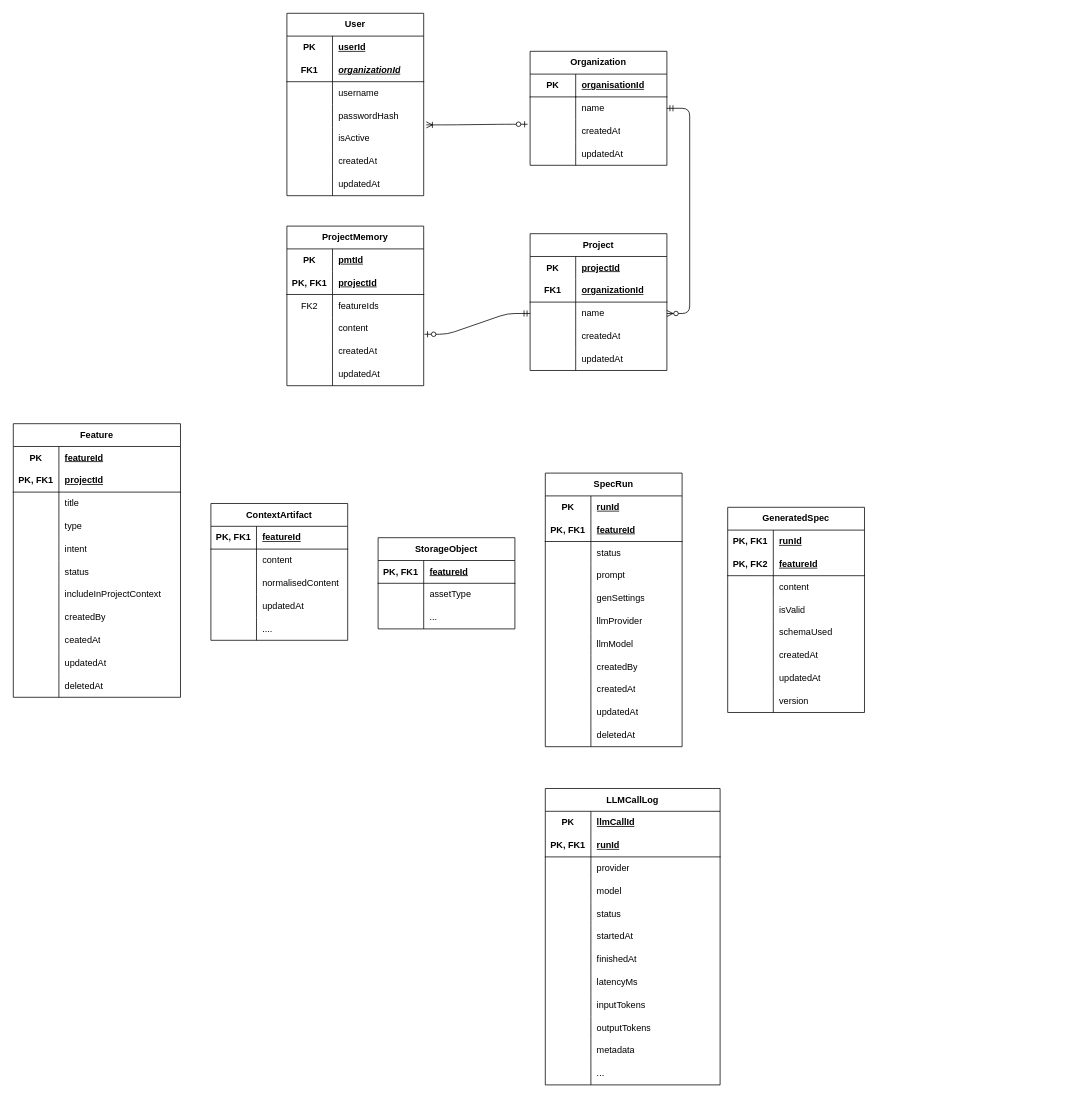
This is docs/architecture/diagrams/03-erd-core-mvp/erd-core-mvp.drawio from Hasa-M/featurewise-ai-mvp, a draw.io file, before an edit. Source tidied: cells renumbered, new cells numbered last; positions are measured from the earlier drawing's top-left corner, leaving out a move shared by most shapes. Both pictures are drawn from the tidied source at 76%, with x=0, y=0 at pixel (13, 13).
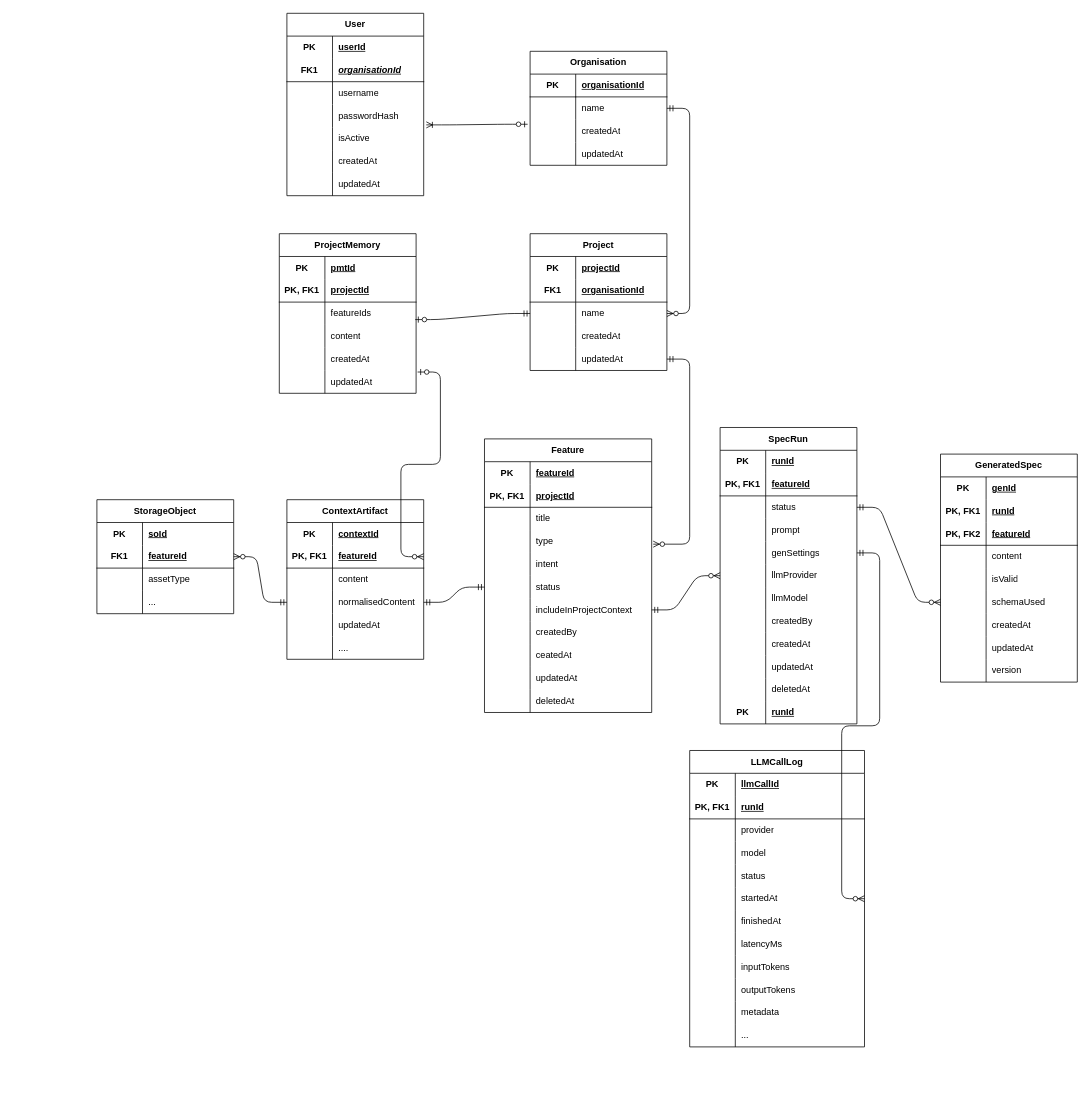
After the change.

Commit message (it also covers changes not shown here):
docs(erd): added ids for derivates tables

Unchanged cells that the change refers to:
```xml
<mxCell id="6" style="shape=tableRow;horizontal=0;startSize=0;swimlaneHead=0;swimlaneBody=0;fillColor=none;top=0;left=0;right=0;bottom=1;html=1;" parent="2" vertex="1">
  <mxGeometry y="60" width="180" height="30" as="geometry" />
</mxCell>
<mxCell id="42" style="shape=tableRow;horizontal=0;startSize=0;swimlaneHead=0;swimlaneBody=0;fillColor=none;top=0;left=0;right=0;bottom=1;html=1;" parent="38" vertex="1">
  <mxGeometry y="60" width="180" height="30" as="geometry" />
</mxCell>
<mxCell id="45" style="shape=tableRow;horizontal=0;startSize=0;swimlaneHead=0;swimlaneBody=0;fillColor=none;points=[[0,0.5],[1,0.5]];portConstraint=eastwest;top=0;left=0;right=0;bottom=0;html=1;" parent="38" vertex="1">
  <mxGeometry y="90" width="180" height="30" as="geometry" />
</mxCell>
<mxCell id="51" style="shape=tableRow;horizontal=0;startSize=0;swimlaneHead=0;swimlaneBody=0;fillColor=none;points=[[0,0.5],[1,0.5]];portConstraint=eastwest;top=0;left=0;right=0;bottom=0;html=1;" parent="38" vertex="1">
  <mxGeometry y="150" width="180" height="30" as="geometry" />
</mxCell>
<mxCell id="62" style="shape=tableRow;horizontal=0;startSize=0;swimlaneHead=0;swimlaneBody=0;fillColor=none;points=[[0,0.5],[1,0.5]];portConstraint=eastwest;top=0;left=0;right=0;bottom=0;html=1;" parent="55" vertex="1">
  <mxGeometry y="90" width="180" height="30" as="geometry" />
</mxCell>
<mxCell id="65" style="shape=tableRow;horizontal=0;startSize=0;swimlaneHead=0;swimlaneBody=0;fillColor=none;points=[[0,0.5],[1,0.5]];portConstraint=eastwest;top=0;left=0;right=0;bottom=0;html=1;" parent="55" vertex="1">
  <mxGeometry y="120" width="180" height="30" as="geometry" />
</mxCell>
<mxCell id="71" style="shape=tableRow;horizontal=0;startSize=0;swimlaneHead=0;swimlaneBody=0;fillColor=none;points=[[0,0.5],[1,0.5]];portConstraint=eastwest;top=0;left=0;right=0;bottom=0;html=1;" parent="55" vertex="1">
  <mxGeometry y="180" width="180" height="30" as="geometry" />
</mxCell>
<mxCell id="85" style="shape=tableRow;horizontal=0;startSize=0;swimlaneHead=0;swimlaneBody=0;fillColor=none;points=[[0,0.5],[1,0.5]];portConstraint=eastwest;top=0;left=0;right=0;bottom=0;html=1;" parent="75" vertex="1">
  <mxGeometry y="120" width="220" height="30" as="geometry" />
</mxCell>
<mxCell id="91" style="shape=tableRow;horizontal=0;startSize=0;swimlaneHead=0;swimlaneBody=0;fillColor=none;points=[[0,0.5],[1,0.5]];portConstraint=eastwest;top=0;left=0;right=0;bottom=0;html=1;" parent="75" vertex="1">
  <mxGeometry y="180" width="220" height="30" as="geometry" />
</mxCell>
<mxCell id="94" style="shape=tableRow;horizontal=0;startSize=0;swimlaneHead=0;swimlaneBody=0;fillColor=none;points=[[0,0.5],[1,0.5]];portConstraint=eastwest;top=0;left=0;right=0;bottom=0;html=1;" parent="75" vertex="1">
  <mxGeometry y="210" width="220" height="30" as="geometry" />
</mxCell>
<mxCell id="142" style="shape=tableRow;horizontal=0;startSize=0;swimlaneHead=0;swimlaneBody=0;fillColor=none;points=[[0,0.5],[1,0.5]];portConstraint=eastwest;top=0;left=0;right=0;bottom=0;html=1;" parent="135" vertex="1">
  <mxGeometry y="90" width="180" height="30" as="geometry" />
</mxCell>
<mxCell id="148" style="shape=tableRow;horizontal=0;startSize=0;swimlaneHead=0;swimlaneBody=0;fillColor=none;points=[[0,0.5],[1,0.5]];portConstraint=eastwest;top=0;left=0;right=0;bottom=0;html=1;" parent="135" vertex="1">
  <mxGeometry y="150" width="180" height="30" as="geometry" />
</mxCell>
<mxCell id="151" style="shape=tableRow;horizontal=0;startSize=0;swimlaneHead=0;swimlaneBody=0;fillColor=none;points=[[0,0.5],[1,0.5]];portConstraint=eastwest;top=0;left=0;right=0;bottom=0;html=1;" parent="135" vertex="1">
  <mxGeometry y="180" width="180" height="30" as="geometry" />
</mxCell>
<mxCell id="170" style="shape=tableRow;horizontal=0;startSize=0;swimlaneHead=0;swimlaneBody=0;fillColor=none;top=0;left=0;right=0;bottom=0;html=1;" parent="169" vertex="1">
  <mxGeometry y="30" width="180" height="30" as="geometry" />
</mxCell>
<mxCell id="210" style="shape=tableRow;horizontal=0;startSize=0;swimlaneHead=0;swimlaneBody=0;fillColor=none;points=[[0,0.5],[1,0.5]];portConstraint=eastwest;top=0;left=0;right=0;bottom=0;html=1;" parent="194" vertex="1">
  <mxGeometry y="180" width="230" height="30" as="geometry" />
</mxCell>
```

Diff of the diagram source:
```diff
@@
-    <mxCell id="8" value="&lt;i style=&quot;&quot;&gt;organizationId&lt;/i&gt;" style="shape=partialRectangle;fillColor=none;top=0;left=0;bottom=0;right=0;align=left;spacingLeft=6;fontStyle=5;overflow=hidden;html=1;whiteSpace=wrap;" parent="6" vertex="1">
+    <mxCell id="8" value="&lt;i style=&quot;&quot;&gt;organisationId&lt;/i&gt;" style="shape=partialRectangle;fillColor=none;top=0;left=0;bottom=0;right=0;align=left;spacingLeft=6;fontStyle=5;overflow=hidden;html=1;whiteSpace=wrap;" parent="6" vertex="1">
       <mxGeometry x="60" width="120" height="30" as="geometry" />
     </mxCell>
@@
-    <mxCell id="24" value="Organization" style="shape=table;startSize=30;childLayout=tableLayout;rowLines=0;fontStyle=1;align=center;html=1;whiteSpace=wrap;" parent="1" vertex="1">
+    <mxCell id="24" value="Organisation" style="shape=table;startSize=30;childLayout=tableLayout;rowLines=0;fontStyle=1;align=center;html=1;whiteSpace=wrap;" parent="1" vertex="1">
       <mxGeometry x="680" y="50" width="180" height="150" as="geometry" />
     </mxCell>
@@
-    <mxCell id="44" value="organizationId" style="shape=partialRectangle;fillColor=none;top=0;left=0;bottom=0;right=0;align=left;spacingLeft=6;fontStyle=5;overflow=hidden;html=1;whiteSpace=wrap;" parent="42" vertex="1">
+    <mxCell id="44" value="organisationId" style="shape=partialRectangle;fillColor=none;top=0;left=0;bottom=0;right=0;align=left;spacingLeft=6;fontStyle=5;overflow=hidden;html=1;whiteSpace=wrap;" parent="42" vertex="1">
       <mxGeometry x="60" width="120" height="30" as="geometry" />
     </mxCell>
@@
     <mxCell id="55" value="ProjectMemory" style="shape=table;startSize=30;childLayout=tableLayout;rowLines=0;fontStyle=1;align=center;html=1;whiteSpace=wrap;" parent="1" vertex="1">
-      <mxGeometry x="360" y="280" width="180" height="210" as="geometry" />
+      <mxGeometry x="350" y="290" width="180" height="210" as="geometry" />
     </mxCell>
@@
-    <mxCell id="63" value="FK2" style="shape=partialRectangle;fillColor=none;top=0;left=0;bottom=0;right=0;overflow=hidden;html=1;whiteSpace=wrap;" parent="62" vertex="1">
+    <mxCell id="63" style="shape=partialRectangle;fillColor=none;top=0;left=0;bottom=0;right=0;overflow=hidden;html=1;whiteSpace=wrap;" parent="62" vertex="1">
       <mxGeometry width="60" height="30" as="geometry" />
     </mxCell>
@@
-    <mxCell id="74" style="edgeStyle=entityRelationEdgeStyle;fontSize=12;html=1;endArrow=ERzeroToOne;startArrow=ERmandOne;entryX=1.006;entryY=0.744;entryDx=0;entryDy=0;entryPerimeter=0;exitX=0;exitY=0.5;exitDx=0;exitDy=0;" parent="1" edge="1" source="45" target="65">
+    <mxCell id="74" style="edgeStyle=entityRelationEdgeStyle;fontSize=12;html=1;endArrow=ERzeroToOne;startArrow=ERmandOne;exitX=0;exitY=0.5;exitDx=0;exitDy=0;entryX=0.994;entryY=0.767;entryDx=0;entryDy=0;entryPerimeter=0;" parent="1" edge="1" source="45" target="62">
       <mxGeometry relative="1" as="geometry" />
     </mxCell>
     <mxCell id="75" value="Feature" style="shape=table;startSize=30;childLayout=tableLayout;rowLines=0;fontStyle=1;align=center;html=1;whiteSpace=wrap;" parent="1" vertex="1">
-      <mxGeometry y="540" width="220" height="360" as="geometry" />
+      <mxGeometry x="620" y="560" width="220" height="360" as="geometry" />
     </mxCell>
@@
     <mxCell id="109" value="ContextArtifact" style="shape=table;startSize=30;childLayout=tableLayout;rowLines=0;fontStyle=1;align=center;html=1;whiteSpace=wrap;" parent="1" vertex="1">
-      <mxGeometry x="260" y="645" width="180" height="180" as="geometry" />
+      <mxGeometry x="360" y="640" width="180" height="210" as="geometry" />
     </mxCell>
+    <mxCell id="231" style="shape=tableRow;horizontal=0;startSize=0;swimlaneHead=0;swimlaneBody=0;fillColor=none;top=0;left=0;right=0;bottom=0;html=1;" parent="109" vertex="1">
+      <mxGeometry y="30" width="180" height="30" as="geometry" />
+    </mxCell>
+    <mxCell id="232" value="PK" style="shape=partialRectangle;fillColor=none;top=0;left=0;bottom=0;right=0;fontStyle=1;overflow=hidden;html=1;whiteSpace=wrap;" parent="231" vertex="1">
+      <mxGeometry width="60" height="30" as="geometry" />
+    </mxCell>
+    <mxCell id="233" value="contextId" style="shape=partialRectangle;fillColor=none;top=0;left=0;bottom=0;right=0;align=left;spacingLeft=6;fontStyle=5;overflow=hidden;html=1;whiteSpace=wrap;" parent="231" vertex="1">
+      <mxGeometry x="60" width="120" height="30" as="geometry" />
+    </mxCell>
     <mxCell id="110" style="shape=tableRow;horizontal=0;startSize=0;swimlaneHead=0;swimlaneBody=0;fillColor=none;points=[[0,0.5],[1,0.5]];portConstraint=eastwest;top=0;left=0;right=0;bottom=1;html=1;" parent="109" vertex="1">
-      <mxGeometry y="30" width="180" height="30" as="geometry" />
+      <mxGeometry y="60" width="180" height="30" as="geometry" />
     </mxCell>
@@
     <mxCell id="113" style="shape=tableRow;horizontal=0;startSize=0;swimlaneHead=0;swimlaneBody=0;fillColor=none;top=0;left=0;right=0;bottom=0;html=1;" parent="109" vertex="1">
-      <mxGeometry y="60" width="180" height="30" as="geometry" />
+      <mxGeometry y="90" width="180" height="30" as="geometry" />
     </mxCell>
@@
     <mxCell id="116" style="shape=tableRow;horizontal=0;startSize=0;swimlaneHead=0;swimlaneBody=0;fillColor=none;points=[[0,0.5],[1,0.5]];portConstraint=eastwest;top=0;left=0;right=0;bottom=0;html=1;" parent="109" vertex="1">
-      <mxGeometry y="90" width="180" height="30" as="geometry" />
+      <mxGeometry y="120" width="180" height="30" as="geometry" />
     </mxCell>
@@
     <mxCell id="119" style="shape=tableRow;horizontal=0;startSize=0;swimlaneHead=0;swimlaneBody=0;fillColor=none;top=0;left=0;right=0;bottom=0;html=1;" parent="109" vertex="1">
-      <mxGeometry y="120" width="180" height="30" as="geometry" />
+      <mxGeometry y="150" width="180" height="30" as="geometry" />
     </mxCell>
@@
     <mxCell id="122" style="shape=tableRow;horizontal=0;startSize=0;swimlaneHead=0;swimlaneBody=0;fillColor=none;top=0;left=0;right=0;bottom=0;html=1;" parent="109" vertex="1">
-      <mxGeometry y="150" width="180" height="30" as="geometry" />
+      <mxGeometry y="180" width="180" height="30" as="geometry" />
     </mxCell>
@@
-    <mxCell id="125" value="StorageObject" style="shape=table;startSize=30;childLayout=tableLayout;rowLines=0;fontStyle=1;align=center;html=1;whiteSpace=wrap;" parent="1" vertex="1">
-      <mxGeometry x="480" y="690" width="180" height="120" as="geometry" />
+    <mxCell id="125" value="StorageObject" style="shape=table;startSize=30;childLayout=tableLayout;rowLines=0;fontStyle=1;align=center;html=1;whiteSpace=wrap;bottom=0;" parent="1" vertex="1">
+      <mxGeometry x="110" y="640" width="180" height="150" as="geometry" />
     </mxCell>
+    <mxCell id="234" style="shape=tableRow;horizontal=0;startSize=0;swimlaneHead=0;swimlaneBody=0;fillColor=none;top=0;left=0;right=0;bottom=0;html=1;" parent="125" vertex="1">
+      <mxGeometry y="30" width="180" height="30" as="geometry" />
+    </mxCell>
+    <mxCell id="235" value="PK" style="shape=partialRectangle;fillColor=none;top=0;left=0;bottom=0;right=0;fontStyle=1;overflow=hidden;html=1;whiteSpace=wrap;" parent="234" vertex="1">
+      <mxGeometry width="60" height="30" as="geometry" />
+    </mxCell>
+    <mxCell id="236" value="soId" style="shape=partialRectangle;fillColor=none;top=0;left=0;bottom=0;right=0;align=left;spacingLeft=6;fontStyle=5;overflow=hidden;html=1;whiteSpace=wrap;" parent="234" vertex="1">
+      <mxGeometry x="60" width="120" height="30" as="geometry" />
+    </mxCell>
     <mxCell id="126" style="shape=tableRow;horizontal=0;startSize=0;swimlaneHead=0;swimlaneBody=0;fillColor=none;points=[[0,0.5],[1,0.5]];portConstraint=eastwest;top=0;left=0;right=0;bottom=1;html=1;" parent="125" vertex="1">
-      <mxGeometry y="30" width="180" height="30" as="geometry" />
+      <mxGeometry y="60" width="180" height="30" as="geometry" />
     </mxCell>
-    <mxCell id="127" value="PK, FK1" style="shape=partialRectangle;fillColor=none;top=0;left=0;bottom=0;right=0;fontStyle=1;overflow=hidden;html=1;whiteSpace=wrap;" parent="126" vertex="1">
+    <mxCell id="127" value="FK1" style="shape=partialRectangle;fillColor=none;top=0;left=0;bottom=0;right=0;fontStyle=1;overflow=hidden;html=1;whiteSpace=wrap;" parent="126" vertex="1">
       <mxGeometry width="60" height="30" as="geometry" />
     </mxCell>
@@
     <mxCell id="129" style="shape=tableRow;horizontal=0;startSize=0;swimlaneHead=0;swimlaneBody=0;fillColor=none;top=0;left=0;right=0;bottom=0;html=1;" parent="125" vertex="1">
-      <mxGeometry y="60" width="180" height="30" as="geometry" />
+      <mxGeometry y="90" width="180" height="30" as="geometry" />
     </mxCell>
@@
     <mxCell id="132" style="shape=tableRow;horizontal=0;startSize=0;swimlaneHead=0;swimlaneBody=0;fillColor=none;top=0;left=0;right=0;bottom=0;html=1;" parent="125" vertex="1">
-      <mxGeometry y="90" width="180" height="30" as="geometry" />
+      <mxGeometry y="120" width="180" height="30" as="geometry" />
     </mxCell>
@@
     <mxCell id="135" value="SpecRun" style="shape=table;startSize=30;childLayout=tableLayout;rowLines=0;fontStyle=1;align=center;html=1;whiteSpace=wrap;" parent="1" vertex="1">
-      <mxGeometry x="700" y="605" width="180" height="360" as="geometry" />
+      <mxGeometry x="930" y="545" width="180" height="390" as="geometry" />
     </mxCell>
@@
+    <mxCell id="237" style="shape=tableRow;horizontal=0;startSize=0;swimlaneHead=0;swimlaneBody=0;fillColor=none;top=0;left=0;right=0;bottom=0;html=1;" parent="135" vertex="1">
+      <mxGeometry y="360" width="180" height="30" as="geometry" />
+    </mxCell>
+    <mxCell id="238" value="PK" style="shape=partialRectangle;fillColor=none;top=0;left=0;bottom=0;right=0;fontStyle=1;overflow=hidden;html=1;whiteSpace=wrap;" parent="237" vertex="1">
+      <mxGeometry width="60" height="30" as="geometry" />
+    </mxCell>
+    <mxCell id="239" value="runId" style="shape=partialRectangle;fillColor=none;top=0;left=0;bottom=0;right=0;align=left;spacingLeft=6;fontStyle=5;overflow=hidden;html=1;whiteSpace=wrap;" parent="237" vertex="1">
+      <mxGeometry x="60" width="120" height="30" as="geometry" />
+    </mxCell>
     <mxCell id="169" value="GeneratedSpec" style="shape=table;startSize=30;childLayout=tableLayout;rowLines=0;fontStyle=1;align=center;html=1;whiteSpace=wrap;" parent="1" vertex="1">
-      <mxGeometry x="940" y="650" width="180" height="270" as="geometry" />
+      <mxGeometry x="1220" y="580" width="180" height="300" as="geometry" />
     </mxCell>
@@
-    <mxCell id="171" value="PK, FK1" style="shape=partialRectangle;fillColor=none;top=0;left=0;bottom=0;right=0;fontStyle=1;overflow=hidden;html=1;whiteSpace=wrap;" parent="170" vertex="1">
+    <mxCell id="171" value="PK" style="shape=partialRectangle;fillColor=none;top=0;left=0;bottom=0;right=0;fontStyle=1;overflow=hidden;html=1;whiteSpace=wrap;" parent="170" vertex="1">
       <mxGeometry width="60" height="30" as="geometry" />
     </mxCell>
-    <mxCell id="172" value="runId" style="shape=partialRectangle;fillColor=none;top=0;left=0;bottom=0;right=0;align=left;spacingLeft=6;fontStyle=5;overflow=hidden;html=1;whiteSpace=wrap;" parent="170" vertex="1">
+    <mxCell id="172" value="genId" style="shape=partialRectangle;fillColor=none;top=0;left=0;bottom=0;right=0;align=left;spacingLeft=6;fontStyle=5;overflow=hidden;html=1;whiteSpace=wrap;" parent="170" vertex="1">
       <mxGeometry x="60" width="120" height="30" as="geometry" />
     </mxCell>
+    <mxCell id="240" style="shape=tableRow;horizontal=0;startSize=0;swimlaneHead=0;swimlaneBody=0;fillColor=none;top=0;left=0;right=0;bottom=0;html=1;" parent="169" vertex="1">
+      <mxGeometry y="60" width="180" height="30" as="geometry" />
+    </mxCell>
+    <mxCell id="241" value="PK, FK1" style="shape=partialRectangle;fillColor=none;top=0;left=0;bottom=0;right=0;fontStyle=1;overflow=hidden;html=1;whiteSpace=wrap;" parent="240" vertex="1">
+      <mxGeometry width="60" height="30" as="geometry" />
+    </mxCell>
+    <mxCell id="242" value="runId" style="shape=partialRectangle;fillColor=none;top=0;left=0;bottom=0;right=0;align=left;spacingLeft=6;fontStyle=5;overflow=hidden;html=1;whiteSpace=wrap;" parent="240" vertex="1">
+      <mxGeometry x="60" width="120" height="30" as="geometry" />
+    </mxCell>
     <mxCell id="173" style="shape=tableRow;horizontal=0;startSize=0;swimlaneHead=0;swimlaneBody=0;fillColor=none;top=0;left=0;right=0;bottom=1;html=1;" parent="169" vertex="1">
-      <mxGeometry y="60" width="180" height="30" as="geometry" />
+      <mxGeometry y="90" width="180" height="30" as="geometry" />
     </mxCell>
@@
     <mxCell id="176" style="shape=tableRow;horizontal=0;startSize=0;swimlaneHead=0;swimlaneBody=0;fillColor=none;top=0;left=0;right=0;bottom=0;html=1;" parent="169" vertex="1">
-      <mxGeometry y="90" width="180" height="30" as="geometry" />
+      <mxGeometry y="120" width="180" height="30" as="geometry" />
     </mxCell>
@@
     <mxCell id="179" style="shape=tableRow;horizontal=0;startSize=0;swimlaneHead=0;swimlaneBody=0;fillColor=none;top=0;left=0;right=0;bottom=0;html=1;" parent="169" vertex="1">
-      <mxGeometry y="120" width="180" height="30" as="geometry" />
+      <mxGeometry y="150" width="180" height="30" as="geometry" />
     </mxCell>
@@
     <mxCell id="182" style="shape=tableRow;horizontal=0;startSize=0;swimlaneHead=0;swimlaneBody=0;fillColor=none;points=[[0,0.5],[1,0.5]];portConstraint=eastwest;top=0;left=0;right=0;bottom=0;html=1;" parent="169" vertex="1">
-      <mxGeometry y="150" width="180" height="30" as="geometry" />
+      <mxGeometry y="180" width="180" height="30" as="geometry" />
     </mxCell>
@@
     <mxCell id="185" style="shape=tableRow;horizontal=0;startSize=0;swimlaneHead=0;swimlaneBody=0;fillColor=none;top=0;left=0;right=0;bottom=0;html=1;" parent="169" vertex="1">
-      <mxGeometry y="180" width="180" height="30" as="geometry" />
+      <mxGeometry y="210" width="180" height="30" as="geometry" />
     </mxCell>
@@
     <mxCell id="188" style="shape=tableRow;horizontal=0;startSize=0;swimlaneHead=0;swimlaneBody=0;fillColor=none;top=0;left=0;right=0;bottom=0;html=1;" parent="169" vertex="1">
-      <mxGeometry y="210" width="180" height="30" as="geometry" />
+      <mxGeometry y="240" width="180" height="30" as="geometry" />
     </mxCell>
@@
     <mxCell id="191" style="shape=tableRow;horizontal=0;startSize=0;swimlaneHead=0;swimlaneBody=0;fillColor=none;top=0;left=0;right=0;bottom=0;html=1;" parent="169" vertex="1">
-      <mxGeometry y="240" width="180" height="30" as="geometry" />
+      <mxGeometry y="270" width="180" height="30" as="geometry" />
     </mxCell>
@@
     <mxCell id="194" value="LLMCallLog" style="shape=table;startSize=30;childLayout=tableLayout;rowLines=0;fontStyle=1;align=center;html=1;whiteSpace=wrap;" parent="1" vertex="1">
-      <mxGeometry x="700" y="1020" width="230" height="390" as="geometry" />
+      <mxGeometry x="890" y="970" width="230" height="390" as="geometry" />
     </mxCell>
@@
+    <mxCell id="243" style="edgeStyle=entityRelationEdgeStyle;fontSize=12;html=1;endArrow=ERzeroToMany;startArrow=ERmandOne;entryX=1.009;entryY=0.617;entryDx=0;entryDy=0;entryPerimeter=0;" parent="1" edge="1" source="51" target="85">
+      <mxGeometry relative="1" as="geometry">
+        <Array as="points">
+          <mxPoint x="800" y="540" />
+          <mxPoint x="750" y="520" />
+          <mxPoint x="760" y="490" />
+        </Array>
+      </mxGeometry>
+    </mxCell>
+    <mxCell id="244" style="edgeStyle=entityRelationEdgeStyle;fontSize=12;html=1;endArrow=ERzeroToMany;startArrow=ERzeroToOne;exitX=1.011;exitY=0.067;exitDx=0;exitDy=0;entryX=1;entryY=0.5;entryDx=0;entryDy=0;exitPerimeter=0;" parent="1" edge="1" source="71" target="110">
+      <mxGeometry relative="1" as="geometry" />
+    </mxCell>
+    <mxCell id="245" style="edgeStyle=entityRelationEdgeStyle;fontSize=12;html=1;endArrow=ERmandOne;startArrow=ERmandOne;exitX=1;exitY=0.5;exitDx=0;exitDy=0;entryX=0;entryY=0.5;entryDx=0;entryDy=0;" parent="1" edge="1" source="116" target="91">
+      <mxGeometry relative="1" as="geometry" />
+    </mxCell>
+    <mxCell id="246" style="edgeStyle=entityRelationEdgeStyle;fontSize=12;html=1;endArrow=ERzeroToMany;startArrow=ERmandOne;entryX=0;entryY=0.5;entryDx=0;entryDy=0;exitX=1;exitY=0.5;exitDx=0;exitDy=0;" parent="1" edge="1" source="94" target="151">
+      <mxGeometry relative="1" as="geometry">
+        <Array as="points">
+          <mxPoint x="810" y="550" />
+          <mxPoint x="760" y="530" />
+          <mxPoint x="770" y="500" />
+        </Array>
+      </mxGeometry>
+    </mxCell>
+    <mxCell id="247" style="edgeStyle=entityRelationEdgeStyle;fontSize=12;html=1;endArrow=ERzeroToMany;startArrow=ERmandOne;exitX=1;exitY=0.5;exitDx=0;exitDy=0;entryX=0;entryY=0.5;entryDx=0;entryDy=0;" parent="1" edge="1" source="142" target="182">
+      <mxGeometry relative="1" as="geometry">
+        <Array as="points">
+          <mxPoint x="820" y="560" />
+          <mxPoint x="770" y="540" />
+          <mxPoint x="780" y="510" />
+        </Array>
+      </mxGeometry>
+    </mxCell>
+    <mxCell id="248" style="edgeStyle=entityRelationEdgeStyle;fontSize=12;html=1;endArrow=ERzeroToMany;startArrow=ERmandOne;entryX=1;entryY=0.5;entryDx=0;entryDy=0;exitX=1;exitY=0.5;exitDx=0;exitDy=0;" parent="1" edge="1" source="148" target="210">
+      <mxGeometry relative="1" as="geometry">
+        <Array as="points">
+          <mxPoint x="830" y="570" />
+          <mxPoint x="780" y="550" />
+          <mxPoint x="790" y="520" />
+        </Array>
+      </mxGeometry>
+    </mxCell>
+    <mxCell id="249" style="edgeStyle=entityRelationEdgeStyle;fontSize=12;html=1;endArrow=ERzeroToMany;startArrow=ERmandOne;entryX=1;entryY=0.5;entryDx=0;entryDy=0;exitX=0;exitY=0.5;exitDx=0;exitDy=0;" parent="1" edge="1" source="116" target="126">
+      <mxGeometry relative="1" as="geometry">
+        <Array as="points">
+          <mxPoint x="820" y="560" />
+          <mxPoint x="770" y="540" />
+          <mxPoint x="780" y="510" />
+        </Array>
+      </mxGeometry>
+    </mxCell>
```
